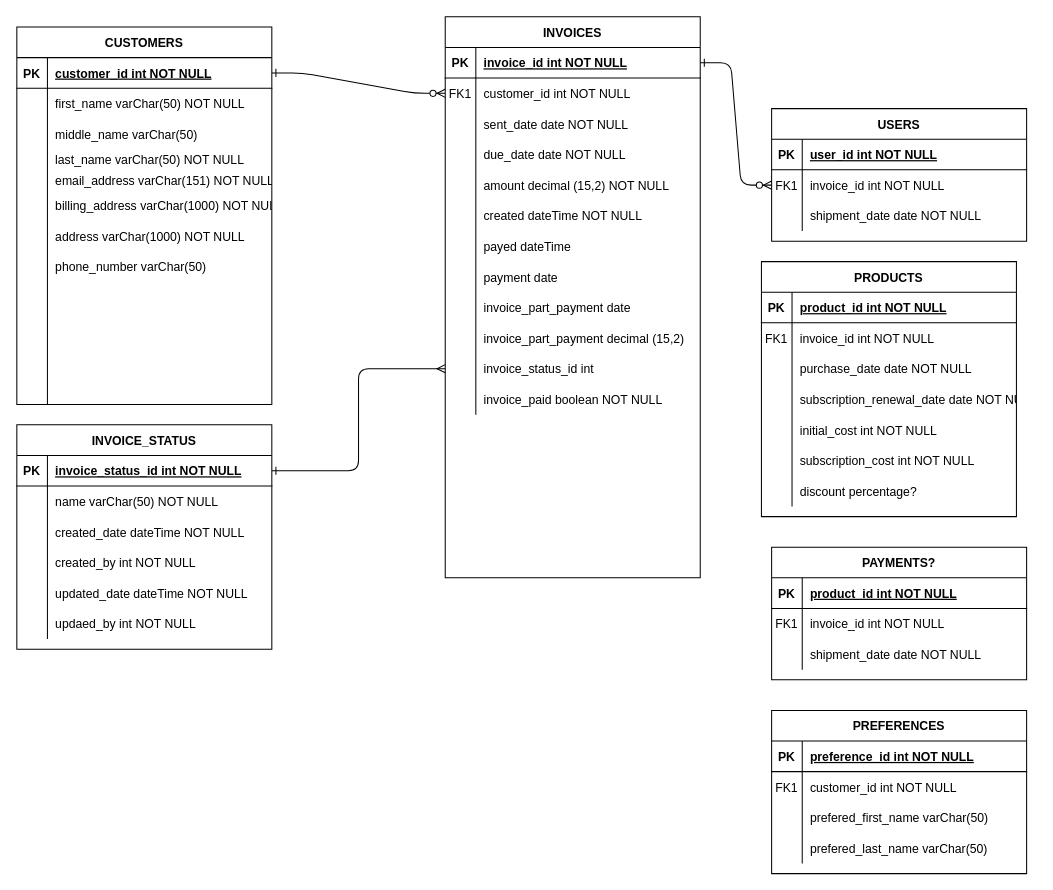
alexei-garrow/hey-about-that keeps this draw.io diagram as Untitled Diagram.drawio. Above is the earlier version. Source tidied: cells renumbered, new cells numbered last; positions are measured from the earlier drawing's top-left corner, leaving out a move shared by most shapes. Both pictures are drawn from the tidied source at 102%, with x=0, y=0 at pixel (16, 16).
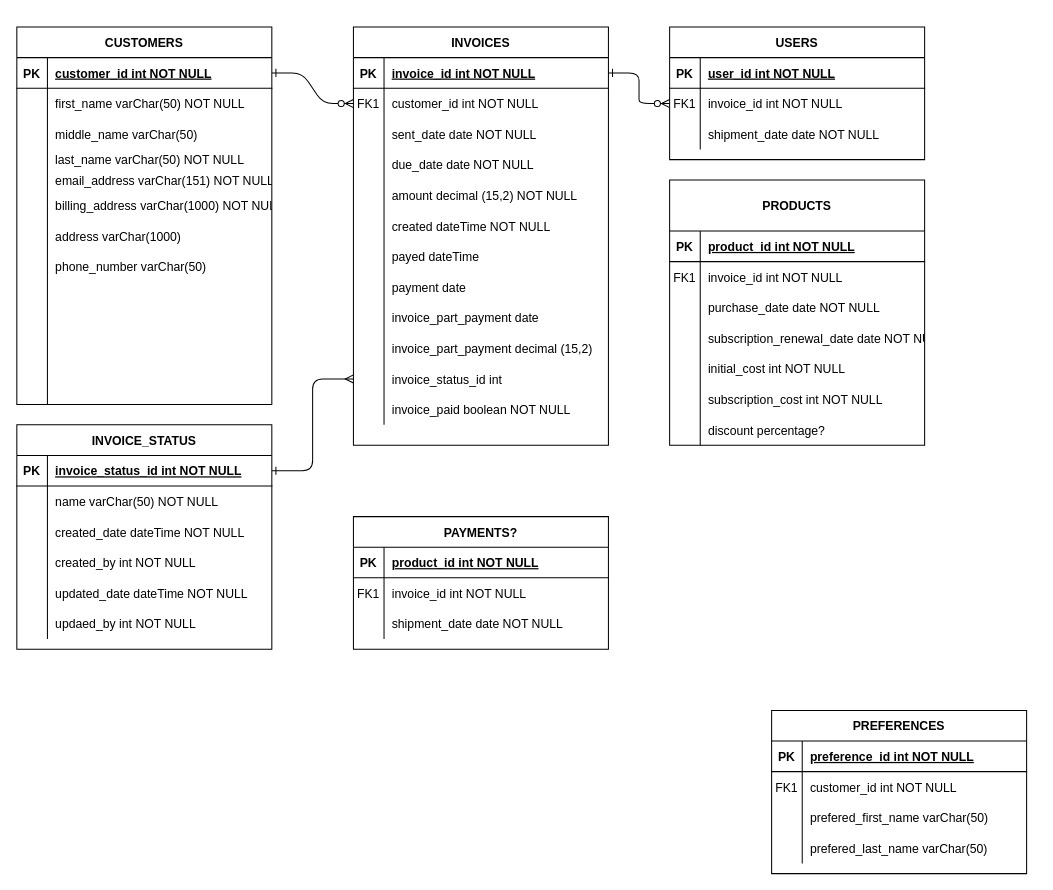
Above is the later version.

Commit message:
fixed scailing in customers table

Unchanged cells that the change refers to:
```xml
<mxCell id="70" style="shape=partialRectangle;fillColor=none;top=0;left=0;right=0;bottom=0;" parent="51" vertex="1">
  <mxGeometry y="190" width="250" height="30" as="geometry" />
</mxCell>
```

The edit, as a diff of the source:
```diff
@@
     <mxCell id="4" value="INVOICES" style="shape=table;startSize=30;childLayout=tableLayout;rowLines=0;fontStyle=1;align=center;" parent="1" vertex="1">
-      <mxGeometry x="420" width="250" height="550" as="geometry" />
+      <mxGeometry x="330" y="10" width="250" height="410" as="geometry" />
     </mxCell>
@@
     <mxCell id="41" value="USERS" style="shape=table;startSize=30;childLayout=tableLayout;rowLines=0;fontStyle=1;align=center;" parent="1" vertex="1">
-      <mxGeometry x="740" y="90" width="250" height="130" as="geometry" />
+      <mxGeometry x="640" y="10" width="250" height="130" as="geometry" />
     </mxCell>
@@
-    <mxCell id="72" value="address varChar(1000) NOT NULL" style="shape=partialRectangle;overflow=hidden;fillColor=none;top=0;left=0;bottom=0;right=0;align=left;spacingLeft=6;" parent="70" vertex="1">
+    <mxCell id="72" value="address varChar(1000) " style="shape=partialRectangle;overflow=hidden;fillColor=none;top=0;left=0;bottom=0;right=0;align=left;spacingLeft=6;" parent="70" vertex="1">
       <mxGeometry x="30" width="220" height="30" as="geometry" />
     </mxCell>
@@
-    <mxCell id="88" value="PRODUCTS" style="shape=table;startSize=30;childLayout=tableLayout;rowLines=0;fontStyle=1;align=center;" parent="1" vertex="1">
-      <mxGeometry x="730" y="240" width="250" height="250" as="geometry" />
+    <mxCell id="88" value="PRODUCTS" style="shape=table;startSize=50;childLayout=tableLayout;rowLines=0;fontStyle=1;align=center;" parent="1" vertex="1">
+      <mxGeometry x="640" y="160" width="250" height="260" as="geometry" />
     </mxCell>
     <mxCell id="89" style="shape=partialRectangle;fillColor=none;top=0;left=0;right=0;bottom=1;" parent="88" vertex="1">
-      <mxGeometry y="30" width="250" height="30" as="geometry" />
+      <mxGeometry y="50" width="250" height="30" as="geometry" />
     </mxCell>
@@
     <mxCell id="92" style="shape=partialRectangle;fillColor=none;top=0;left=0;right=0;bottom=0;" parent="88" vertex="1">
-      <mxGeometry y="60" width="250" height="30" as="geometry" />
+      <mxGeometry y="80" width="250" height="30" as="geometry" />
     </mxCell>
@@
     <mxCell id="95" style="shape=partialRectangle;fillColor=none;top=0;left=0;right=0;bottom=0;" parent="88" vertex="1">
-      <mxGeometry y="90" width="250" height="30" as="geometry" />
+      <mxGeometry y="110" width="250" height="30" as="geometry" />
     </mxCell>
@@
     <mxCell id="98" style="shape=partialRectangle;fillColor=none;top=0;left=0;right=0;bottom=0;" parent="88" vertex="1">
-      <mxGeometry y="120" width="250" height="30" as="geometry" />
+      <mxGeometry y="140" width="250" height="30" as="geometry" />
     </mxCell>
@@
     <mxCell id="101" style="shape=partialRectangle;fillColor=none;top=0;left=0;right=0;bottom=0;" parent="88" vertex="1">
-      <mxGeometry y="150" width="250" height="30" as="geometry" />
+      <mxGeometry y="170" width="250" height="30" as="geometry" />
     </mxCell>
@@
     <mxCell id="104" style="shape=partialRectangle;fillColor=none;top=0;left=0;right=0;bottom=0;" parent="88" vertex="1">
-      <mxGeometry y="180" width="250" height="30" as="geometry" />
+      <mxGeometry y="200" width="250" height="30" as="geometry" />
     </mxCell>
@@
     <mxCell id="107" style="shape=partialRectangle;fillColor=none;top=0;left=0;right=0;bottom=0;" parent="88" vertex="1">
-      <mxGeometry y="210" width="250" height="30" as="geometry" />
+      <mxGeometry y="230" width="250" height="30" as="geometry" />
     </mxCell>
@@
     <mxCell id="110" value="PAYMENTS?" style="shape=table;startSize=30;childLayout=tableLayout;rowLines=0;fontStyle=1;align=center;" parent="1" vertex="1">
-      <mxGeometry x="740" y="520" width="250" height="130" as="geometry" />
+      <mxGeometry x="330" y="490" width="250" height="130" as="geometry" />
     </mxCell>
```
